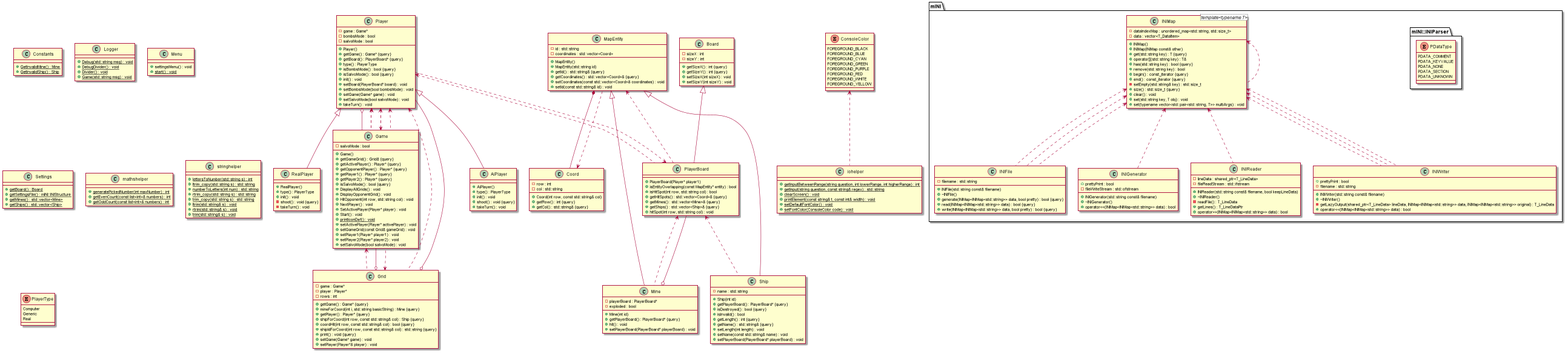
The PlantUML diagram diagrams/uml.png in Alexr03/AdaShip, before a commit.
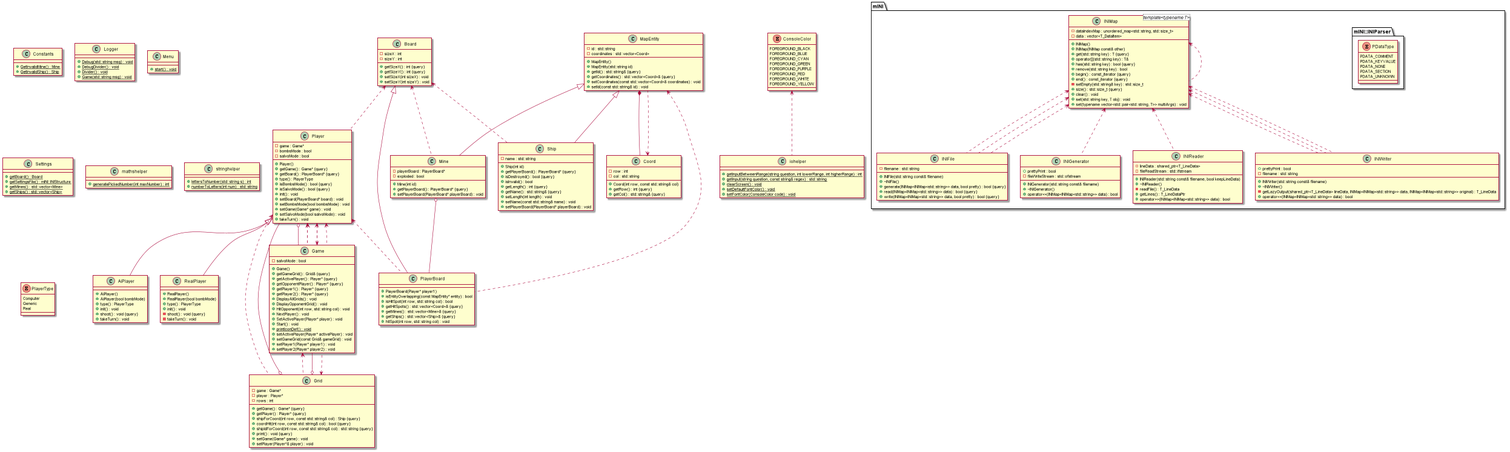
After the commit.

Diff of the diagram source:
```diff
@@ -7,6 +7,7 @@
 
 class AiPlayer {
 	+AiPlayer()
+	+AiPlayer(bool bombMode)
 	+type() : PlayerType
 	+init() : void
 	+shoot() : void {query}
@@ -46,7 +47,6 @@
 	+getOpponentPlayer() : Player* {query}
 	+getPlayer1() : Player* {query}
 	+getPlayer2() : Player* {query}
-	+isSalvoMode() : bool {query}
 	-salvoMode : bool
 	+DisplayAllGrids() : void
 	+DisplayOpponentGrid() : void
@@ -59,14 +59,12 @@
 	+setGameGrid(const Grid& gameGrid) : void
 	+setPlayer1(Player* player1) : void
 	+setPlayer2(Player* player2) : void
-	+setSalvoMode(bool salvoMode) : void
 }
 
 
 class Grid {
 	-game : Game*
 	+getGame() : Game* {query}
-	+mineForCoord(int i, std::string basicString) : Mine {query}
 	+getPlayer() : Player* {query}
 	-player : Player*
 	+shipForCoord(int row, const std::string& col) : Ship {query}
@@ -100,7 +98,6 @@
 
 
 class Menu {
-	+settingsMenu() : void
 	+{static} start() : void
 }
 
@@ -110,7 +107,6 @@
 	+getPlayerBoard() : PlayerBoard* {query}
 	-playerBoard : PlayerBoard*
 	-exploded : bool
-	+hit() : void
 	+setPlayerBoard(PlayerBoard* playerBoard) : void
 }
 
@@ -128,6 +124,7 @@
 
 class RealPlayer {
 	+RealPlayer()
+	+RealPlayer(bool bombMode)
 	+type() : PlayerType
 	+init() : void
 	-shoot() : void {query}
@@ -161,7 +158,6 @@
 	+{static} getInputBetweenRange(string question, int lowerRange, int higherRange) : int
 	+{static} getInput(string question, const string& regex) : std::string
 	+{static} clearScreen() : void
-	+{static} printElement(const string& t, const int& width) : void
 	+{static} setDefaultFontColor() : void
 	+{static} setFontColor(ConsoleColor code) : void
 }
@@ -169,20 +165,12 @@
 
 class mathshelper {
 	+{static} generatePickedNumber(int maxNumber) : int
-	+{static} getEvenCount(const list<int>& numbers) : int
-	+{static} getOddCount(const list<int>& numbers) : int
 }
 
 
 class stringhelper {
 	+{static} lettersToNumber(std::string s) : int
-	+{static} ltrim_copy(std::string s) : std::string
 	+{static} numberToLetters(int num) : std::string
-	+{static} rtrim_copy(std::string s) : std::string
-	+{static} trim_copy(std::string s) : std::string
-	+{static} ltrim(std::string& s) : void
-	+{static} rtrim(std::string& s) : void
-	+{static} trim(std::string& s) : void
 }
 
 
@@ -334,6 +322,15 @@
 
 
 
+.Board <.. .Mine
+
+
+.Board <.. .Player
+
+
+.Board <.. .Ship
+
+
 .ConsoleColor <.. .iohelper
 
 
@@ -397,15 +394,6 @@
 .Player <.. .PlayerBoard
 
 
-.PlayerBoard <.. .Mine
-
-
-.PlayerBoard <.. .Player
-
-
-.PlayerBoard <.. .Ship
-
-
 
 
 
```
